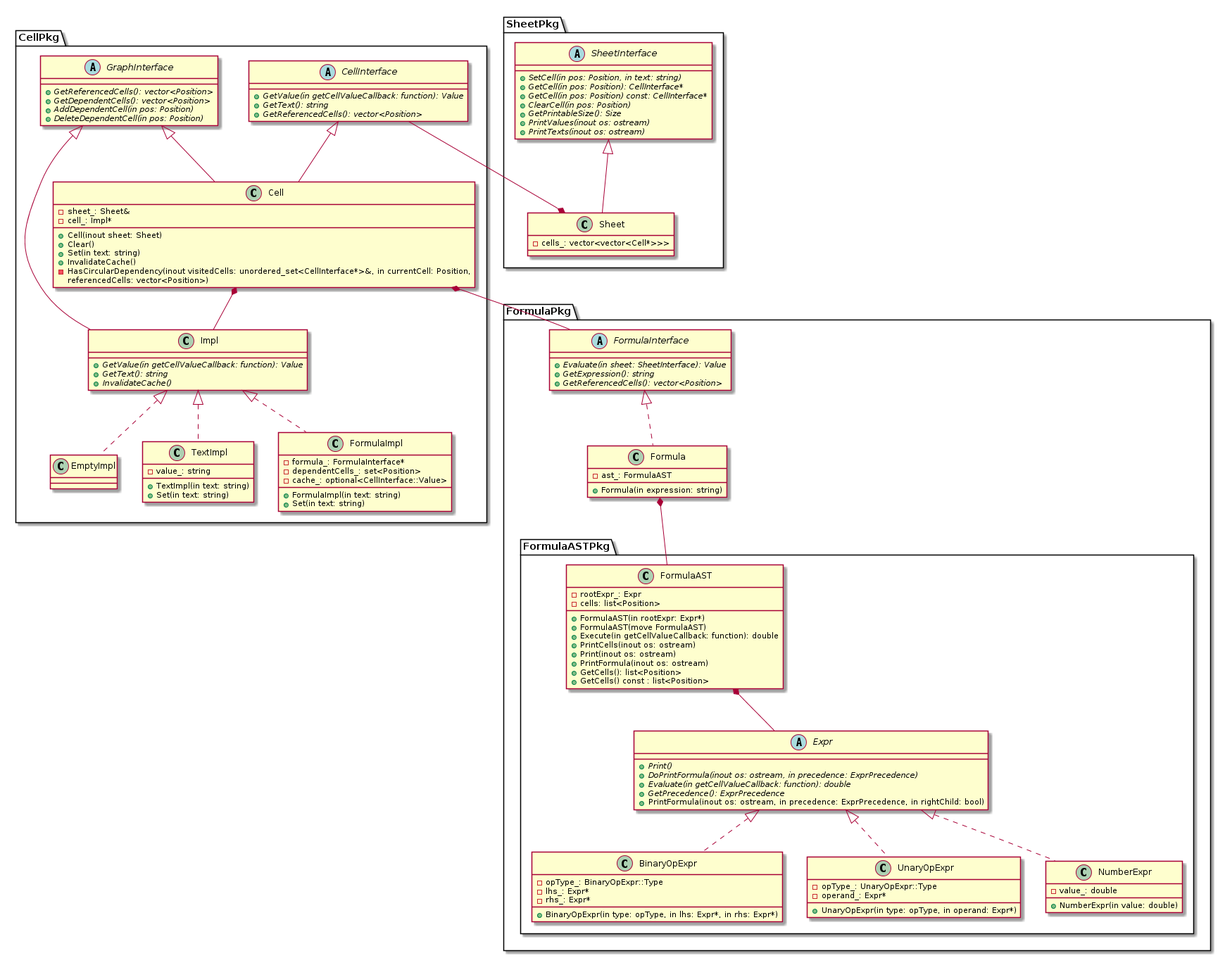
kazarynau/YandexPraktikumFinal keeps this PlantUML diagram as uml/png/table.png. Above is the earlier version.
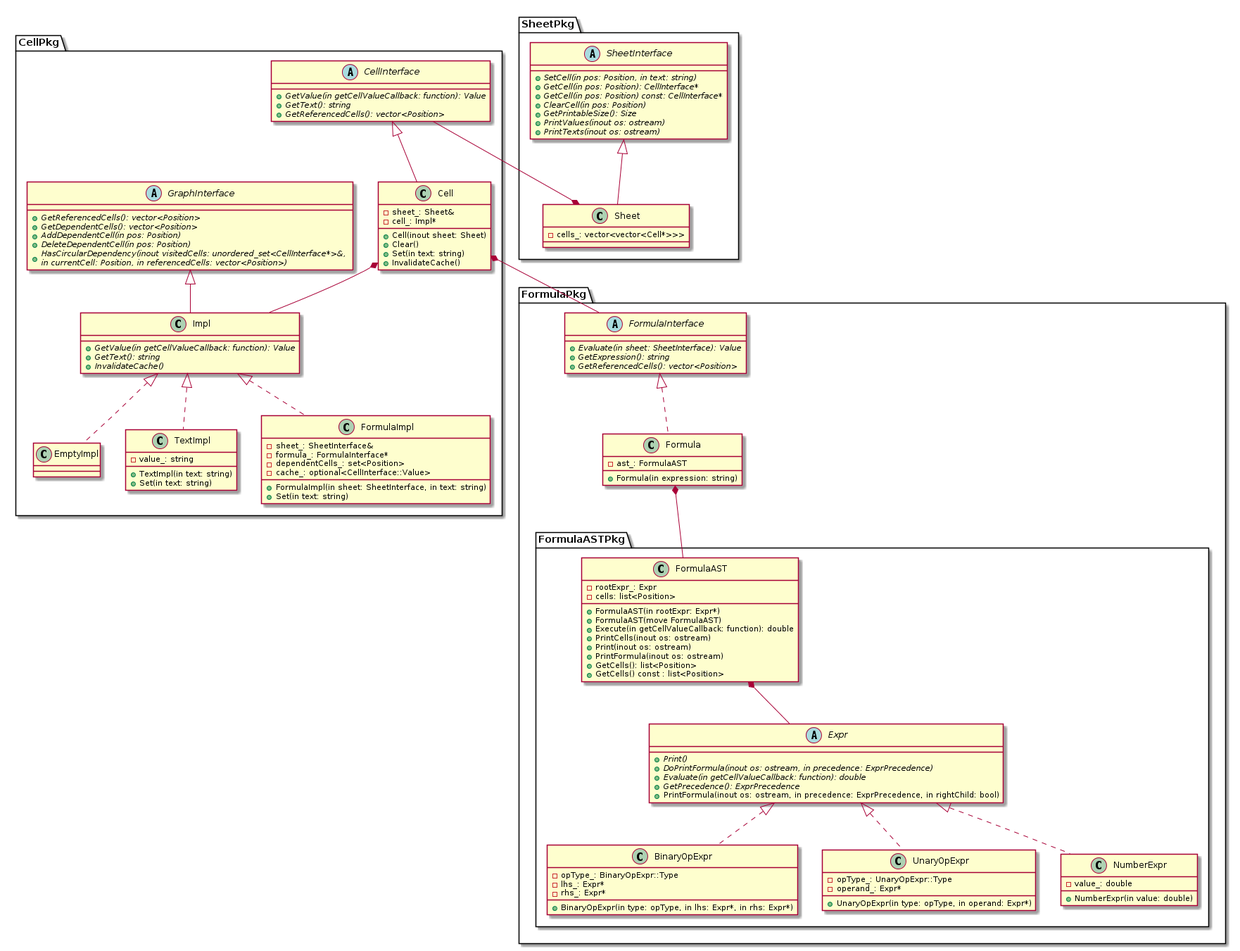
The same file after the commit.

Commit message:
Move HasCircularDependency to GraphInterface

What changed in the source:
```diff
@@ -7,6 +7,7 @@
     +{abstract} GetDependentCells(): vector<Position>
     +{abstract} AddDependentCell(in pos: Position)
     +{abstract} DeleteDependentCell(in pos: Position)
+    +{abstract} HasCircularDependency(inout visitedCells: unordered_set<CellInterface*>&, \nin currentCell: Position, in referencedCells: vector<Position>)
 }
 
 abstract class Impl {
@@ -27,8 +28,9 @@
 }
 
 class FormulaImpl {
-    +FormulaImpl(in text: string)
+    +FormulaImpl(in sheet: SheetInterface, in text: string)
     +Set(in text: string)
+    -sheet_: SheetInterface&
     -formula_: FormulaInterface*
     -dependentCells_: set<Position>
     -cache_: optional<CellInterface::Value>
@@ -50,14 +52,12 @@
     +Clear()
     +Set(in text: string)
     +InvalidateCache()
-    -HasCircularDependency(inout visitedCells: unordered_set<CellInterface*>&, in currentCell: Position,
-            referencedCells: vector<Position>)
+
     -sheet_: Sheet&
     -cell_: Impl*
 }
 
 class Cell extends CellInterface
-class Cell extends GraphInterface
 Cell *-r- Impl
 
 }
```
